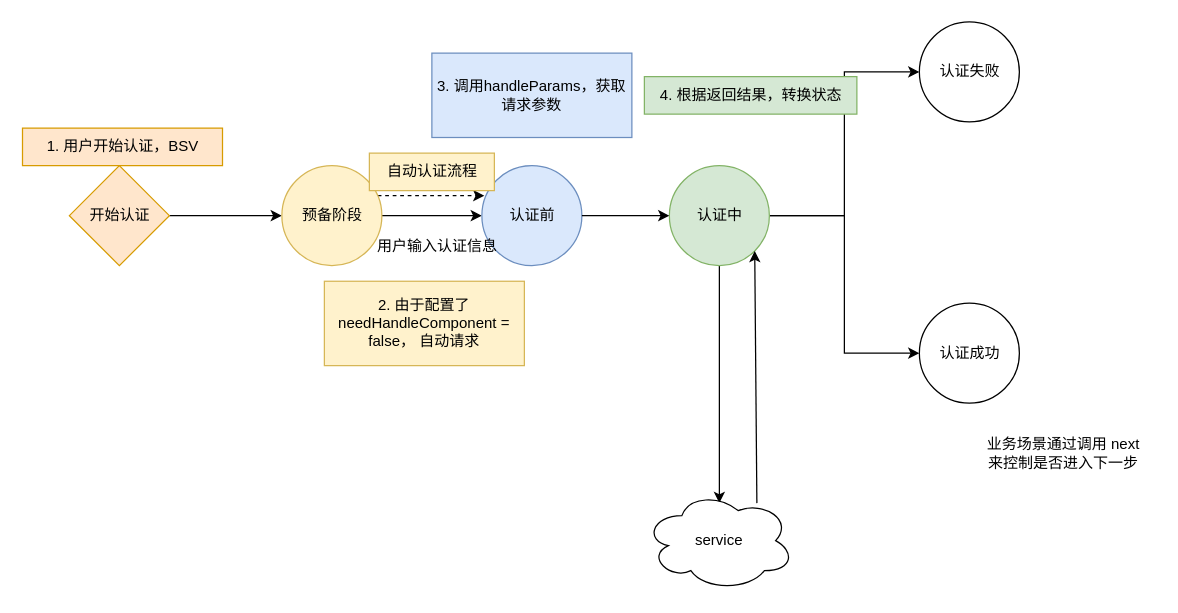
Before: page "场景1:不需要认证步" (3 of 8) of useVerify/状态机.drawio in RexYao97/sfrex, a draw.io diagram. Source tidied: cells renumbered, new cells numbered last; positions are measured from the earlier drawing's top-left corner, leaving out a move shared by most shapes. Both pictures are drawn from the tidied source at 125%, with x=0, y=0 at pixel (21, 21).
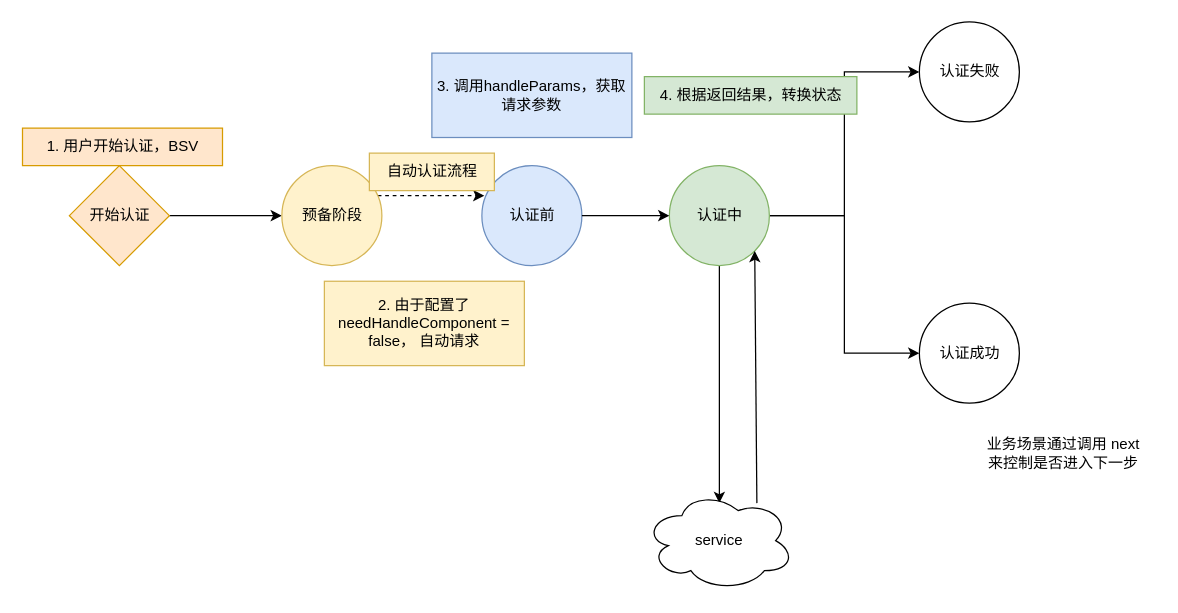
Above is the later version.

The change refers to these unchanged cells:
```xml
<mxCell id="5" style="ellipse;whiteSpace=wrap;html=1;fillColor=#fff2cc;strokeColor=#d6b656;" parent="1" vertex="1">
  <mxGeometry x="208" y="115" width="80" height="80" as="geometry" />
</mxCell>
<mxCell id="7" style="ellipse;whiteSpace=wrap;html=1;fillColor=#dae8fc;strokeColor=#6c8ebf;" parent="1" vertex="1">
  <mxGeometry x="368" y="115" width="80" height="80" as="geometry" />
</mxCell>
```

Diff of the diagram source:
```diff
@@
-    <mxCell id="3" style="edgeStyle=orthogonalEdgeStyle;rounded=0;jettySize=auto;html=1;entryX=0;entryY=0.5;entryDx=0;entryDy=0;entryPerimeter=0;" parent="1" edge="1" source="5" target="7">
-      <mxGeometry relative="1" as="geometry" />
-    </mxCell>
@@
-    <mxCell id="22" value="用户输入认证信息" style="text;html=1;align=center;verticalAlign=middle;strokeColor=none;fillColor=none;" parent="1" vertex="1">
-      <mxGeometry x="272" y="165" width="120" height="30" as="geometry" />
-    </mxCell>
```
